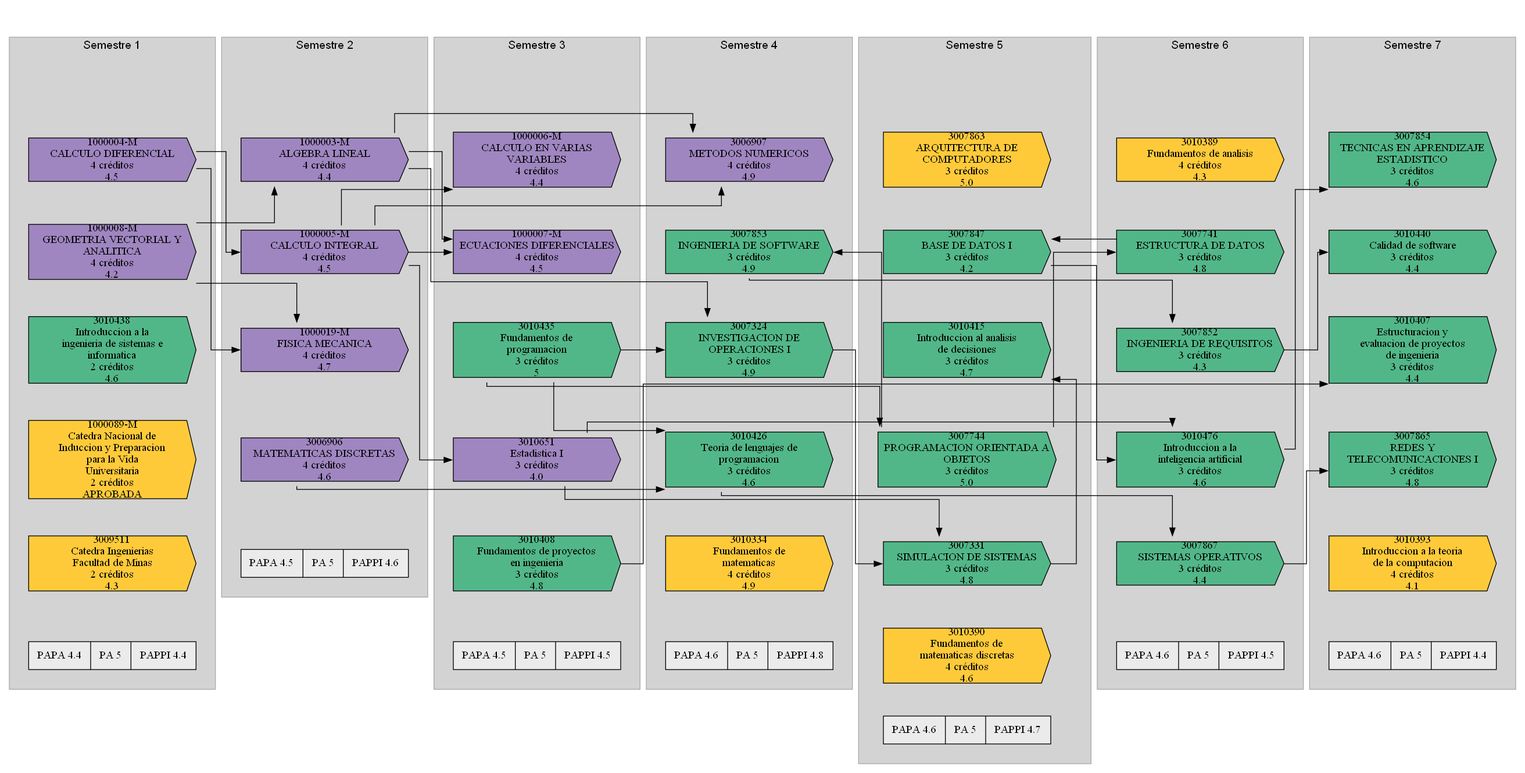
Before: codigo/asignatura_catalog/Digraph.gv.png, a diagram exported from Graphviz (eporrasm/d-web). Its source is kept beside it as codigo/asignatura_catalog/Digraph.gv.
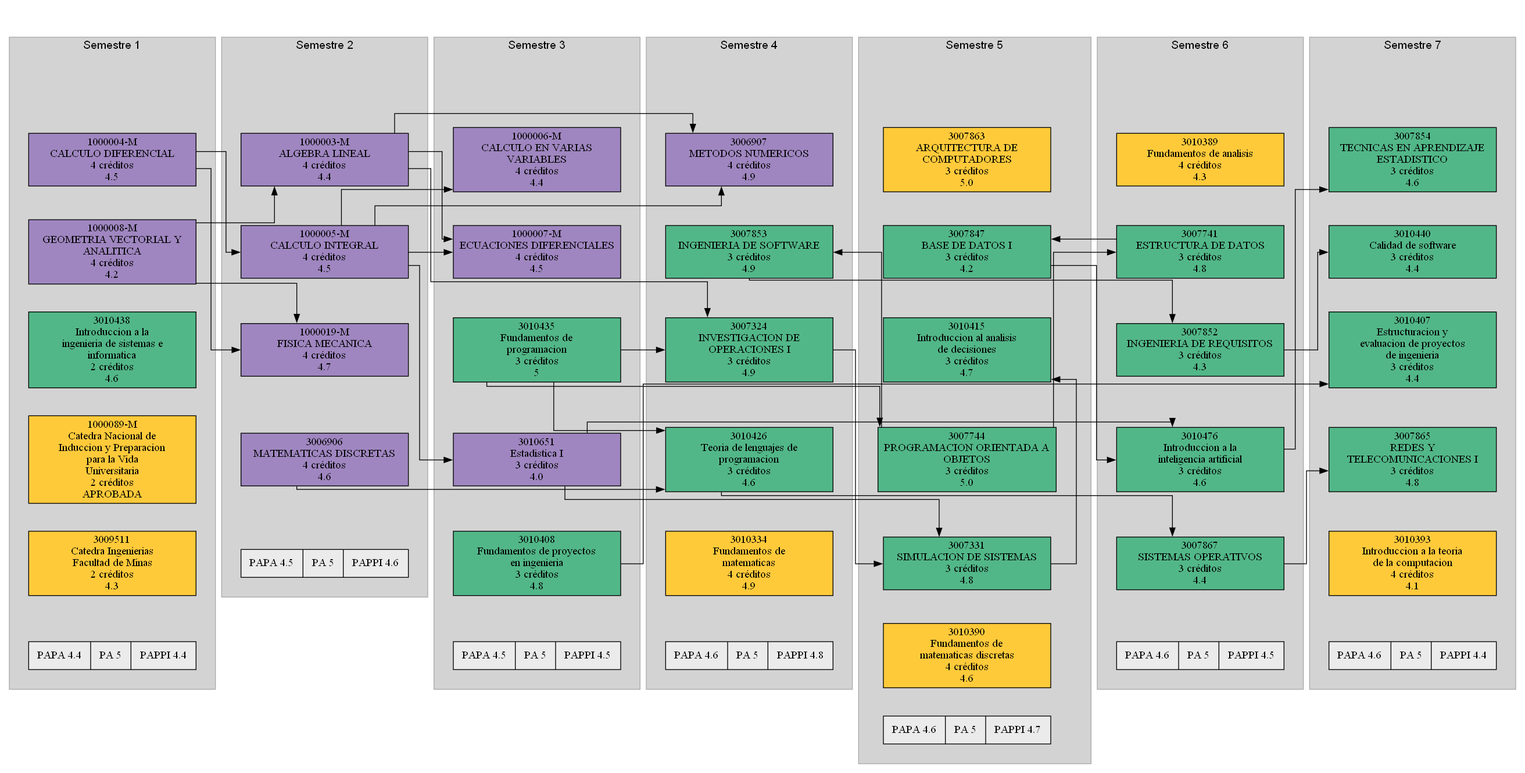
The same diagram one commit later.

Diff of the diagram source:
```diff
@@ -3,7 +3,7 @@
 	sem_1 [height=0.02 style=invis width=0.02]
 	subgraph cluster_1 {
 		graph [margin=25 nodesep=0.02]
-		node [shape=cds style=filled width=3]
+		node [shape=box style=filled width=3]
 		color=darkgray fillcolor=lightGray fontname=Arial style=filled
 		label="Semestre 1"
 		"1000004-M" [label="1000004-M
@@ -44,7 +44,7 @@
 	sem_2 [height=0.02 style=invis width=0.02]
 	subgraph cluster_2 {
 		graph [margin=25 nodesep=0.02]
-		node [shape=cds style=filled width=3]
+		node [shape=box style=filled width=3]
 		color=darkgray fillcolor=lightGray fontname=Arial style=filled
 		label="Semestre 2"
 		"1000003-M" [label="1000003-M
@@ -73,7 +73,7 @@
 	sem_3 [height=0.02 style=invis width=0.02]
 	subgraph cluster_3 {
 		graph [margin=25 nodesep=0.02]
-		node [shape=cds style=filled width=3]
+		node [shape=box style=filled width=3]
 		color=darkgray fillcolor=lightGray fontname=Arial style=filled
 		label="Semestre 3"
 		"1000006-M" [label="1000006-M
@@ -110,7 +110,7 @@
 	sem_4 [height=0.02 style=invis width=0.02]
 	subgraph cluster_4 {
 		graph [margin=25 nodesep=0.02]
-		node [shape=cds style=filled width=3]
+		node [shape=box style=filled width=3]
 		color=darkgray fillcolor=lightGray fontname=Arial style=filled
 		label="Semestre 4"
 		3006907 [label="3006907
@@ -147,7 +147,7 @@
 	sem_5 [height=0.02 style=invis width=0.02]
 	subgraph cluster_5 {
 		graph [margin=25 nodesep=0.02]
-		node [shape=cds style=filled width=3]
+		node [shape=box style=filled width=3]
 		color=darkgray fillcolor=lightGray fontname=Arial style=filled
 		label="Semestre 5"
 		3007863 [label="3007863
@@ -190,7 +190,7 @@
 	sem_6 [height=0.02 style=invis width=0.02]
 	subgraph cluster_6 {
 		graph [margin=25 nodesep=0.02]
-		node [shape=cds style=filled width=3]
+		node [shape=box style=filled width=3]
 		color=darkgray fillcolor=lightGray fontname=Arial style=filled
 		label="Semestre 6"
 		3010389 [label="3010389
@@ -225,7 +225,7 @@
 	sem_7 [height=0.02 style=invis width=0.02]
 	subgraph cluster_7 {
 		graph [margin=25 nodesep=0.02]
-		node [shape=cds style=filled width=3]
+		node [shape=box style=filled width=3]
 		color=darkgray fillcolor=lightGray fontname=Arial style=filled
 		label="Semestre 7"
 		3007854 [label="3007854
```
